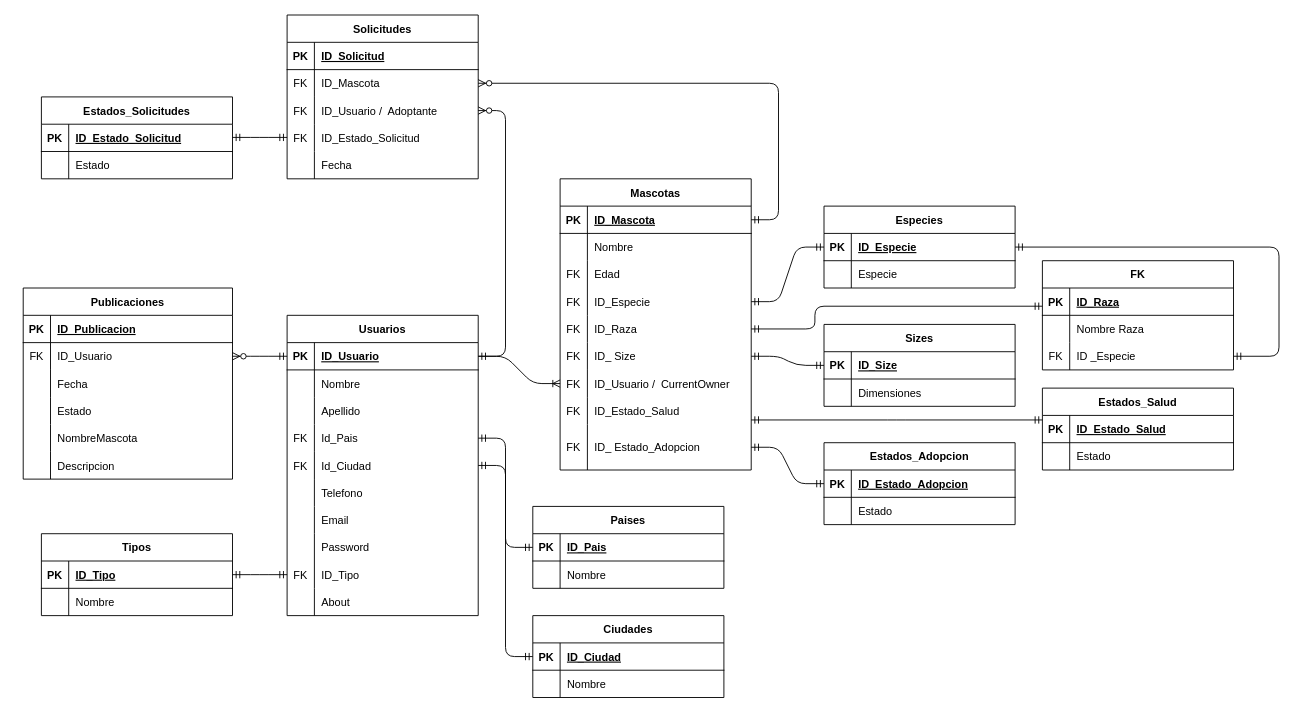
Before: modeloBD.drawio in StevenMendezV/mewoof-database, a draw.io diagram. Source tidied: cells renumbered, new cells numbered last; positions are measured from the earlier drawing's top-left corner, leaving out a move shared by most shapes. Both pictures are drawn from the tidied source at 91%, with x=0, y=0 at pixel (23, 15).
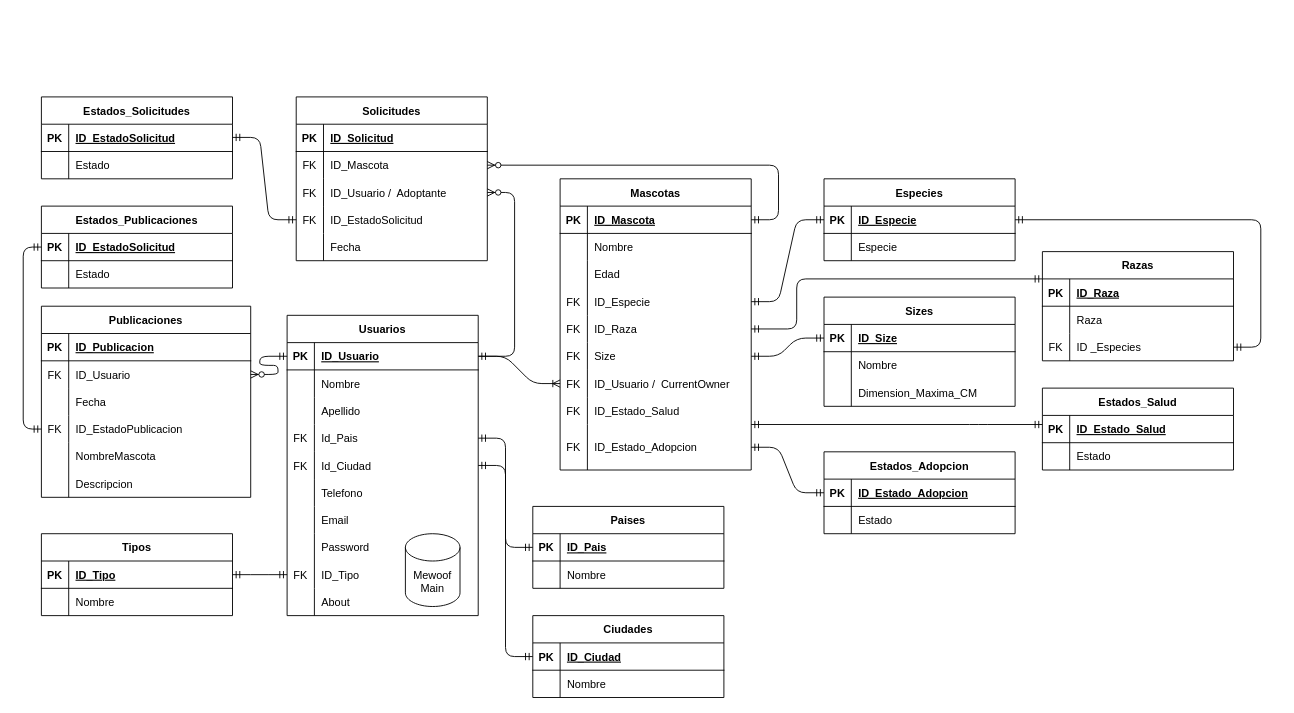
After the change.

Commit message:
ajustes  drawio modelo UML

Unchanged cells that the change refers to:
```xml
<mxCell id="40" style="shape=tableRow;horizontal=0;startSize=0;swimlaneHead=0;swimlaneBody=0;fillColor=none;top=0;left=0;right=0;bottom=0;" parent="33" vertex="1">
  <mxGeometry y="90" width="210" height="30" as="geometry" />
</mxCell>
<mxCell id="46" style="shape=tableRow;horizontal=0;startSize=0;swimlaneHead=0;swimlaneBody=0;fillColor=none;points=[[0,0.5],[1,0.5]];portConstraint=eastwest;top=0;left=0;right=0;bottom=0;" parent="33" vertex="1">
  <mxGeometry y="150" width="210" height="30" as="geometry" />
</mxCell>
<mxCell id="49" style="shape=tableRow;horizontal=0;startSize=0;swimlaneHead=0;swimlaneBody=0;fillColor=none;points=[[0,0.5],[1,0.5]];portConstraint=eastwest;top=0;left=0;right=0;bottom=0;" parent="33" vertex="1">
  <mxGeometry y="180" width="210" height="30" as="geometry" />
</mxCell>
<mxCell id="55" style="shape=tableRow;horizontal=0;startSize=0;swimlaneHead=0;swimlaneBody=0;fillColor=none;points=[[0,0.5],[1,0.5]];portConstraint=eastwest;top=0;left=0;right=0;bottom=0;" parent="33" vertex="1">
  <mxGeometry y="240" width="210" height="30" as="geometry" />
</mxCell>
<mxCell id="58" style="shape=tableRow;horizontal=0;startSize=0;swimlaneHead=0;swimlaneBody=0;fillColor=none;points=[[0,0.5],[1,0.5]];portConstraint=eastwest;top=0;left=0;right=0;bottom=0;" parent="33" vertex="1">
  <mxGeometry y="270" width="210" height="50" as="geometry" />
</mxCell>
<mxCell id="71" style="shape=tableRow;horizontal=0;startSize=0;swimlaneHead=0;swimlaneBody=0;fillColor=none;points=[[0,0.5],[1,0.5]];portConstraint=eastwest;top=0;left=0;right=0;bottom=0;" parent="61" vertex="1">
  <mxGeometry y="120" width="210" height="30" as="geometry" />
</mxCell>
<mxCell id="91" style="shape=tableRow;horizontal=0;startSize=0;swimlaneHead=0;swimlaneBody=0;fillColor=none;points=[[0,0.5],[1,0.5]];portConstraint=eastwest;top=0;left=0;right=0;bottom=0;" parent="81" vertex="1">
  <mxGeometry y="120" width="230" height="30" as="geometry" />
</mxCell>
<mxCell id="102" style="shape=tableRow;horizontal=0;startSize=0;swimlaneHead=0;swimlaneBody=0;fillColor=none;points=[[0,0.5],[1,0.5]];portConstraint=eastwest;top=0;left=0;right=0;bottom=1;" parent="101" vertex="1">
  <mxGeometry y="30" width="210" height="30" as="geometry" />
</mxCell>
<mxCell id="109" style="shape=tableRow;horizontal=0;startSize=0;swimlaneHead=0;swimlaneBody=0;fillColor=none;points=[[0,0.5],[1,0.5]];portConstraint=eastwest;top=0;left=0;right=0;bottom=1;" parent="108" vertex="1">
  <mxGeometry y="30" width="210" height="30" as="geometry" />
</mxCell>
<mxCell id="112" style="shape=tableRow;horizontal=0;startSize=0;swimlaneHead=0;swimlaneBody=0;fillColor=none;top=0;left=0;right=0;bottom=0;" parent="108" vertex="1">
  <mxGeometry y="60" width="210" height="30" as="geometry" />
</mxCell>
<mxCell id="133" style="shape=tableRow;horizontal=0;startSize=0;swimlaneHead=0;swimlaneBody=0;fillColor=none;points=[[0,0.5],[1,0.5]];portConstraint=eastwest;top=0;left=0;right=0;bottom=1;" parent="132" vertex="1">
  <mxGeometry y="30" width="210" height="30" as="geometry" />
</mxCell>
<mxCell id="169" style="shape=tableRow;horizontal=0;startSize=0;swimlaneHead=0;swimlaneBody=0;fillColor=none;top=0;left=0;right=0;bottom=1;" parent="168" vertex="1">
  <mxGeometry y="30" width="210" height="30" as="geometry" />
</mxCell>
```

Change to the diagram source:
```diff
@@
-    <mxCell id="41" value="FK" style="shape=partialRectangle;fillColor=none;top=0;left=0;bottom=0;right=0;overflow=hidden;" parent="40" vertex="1">
+    <mxCell id="41" style="shape=partialRectangle;fillColor=none;top=0;left=0;bottom=0;right=0;overflow=hidden;" parent="40" vertex="1">
       <mxGeometry width="30" height="30" as="geometry" />
     </mxCell>
@@
-    <mxCell id="51" value="ID_ Size" style="shape=partialRectangle;fillColor=none;top=0;left=0;bottom=0;right=0;align=left;spacingLeft=6;overflow=hidden;" parent="49" vertex="1">
+    <mxCell id="51" value="Size" style="shape=partialRectangle;fillColor=none;top=0;left=0;bottom=0;right=0;align=left;spacingLeft=6;overflow=hidden;" parent="49" vertex="1">
       <mxGeometry x="30" width="180" height="30" as="geometry" />
     </mxCell>
@@
-    <mxCell id="60" value="ID_ Estado_Adopcion" style="shape=partialRectangle;fillColor=none;top=0;left=0;bottom=0;right=0;align=left;spacingLeft=6;overflow=hidden;" parent="58" vertex="1">
+    <mxCell id="60" value="ID_Estado_Adopcion" style="shape=partialRectangle;fillColor=none;top=0;left=0;bottom=0;right=0;align=left;spacingLeft=6;overflow=hidden;" parent="58" vertex="1">
       <mxGeometry x="30" width="180" height="50" as="geometry" />
     </mxCell>
     <mxCell id="61" value="Solicitudes" style="shape=table;startSize=30;childLayout=tableLayout;rowLines=0;fontStyle=1;align=center;" parent="1" vertex="1">
-      <mxGeometry x="290" width="210" height="180" as="geometry" />
+      <mxGeometry x="300" y="90" width="210" height="180" as="geometry" />
     </mxCell>
@@
-    <mxCell id="73" value="ID_Estado_Solicitud" style="shape=partialRectangle;fillColor=none;top=0;left=0;bottom=0;right=0;align=left;spacingLeft=6;overflow=hidden;" parent="71" vertex="1">
+    <mxCell id="73" value="ID_EstadoSolicitud" style="shape=partialRectangle;fillColor=none;top=0;left=0;bottom=0;right=0;align=left;spacingLeft=6;overflow=hidden;" parent="71" vertex="1">
       <mxGeometry x="30" width="180" height="30" as="geometry" />
     </mxCell>
@@
     <mxCell id="81" value="Publicaciones" style="shape=table;startSize=30;childLayout=tableLayout;rowLines=0;fontStyle=1;align=center;" parent="1" vertex="1">
-      <mxGeometry y="300" width="230" height="210" as="geometry" />
+      <mxGeometry x="20" y="320" width="230" height="210" as="geometry" />
     </mxCell>
@@
-    <mxCell id="92" style="shape=partialRectangle;fillColor=none;top=0;left=0;bottom=0;right=0;overflow=hidden;" parent="91" vertex="1">
+    <mxCell id="92" value="FK" style="shape=partialRectangle;fillColor=none;top=0;left=0;bottom=0;right=0;overflow=hidden;" parent="91" vertex="1">
       <mxGeometry width="30" height="30" as="geometry" />
     </mxCell>
-    <mxCell id="93" value="Estado" style="shape=partialRectangle;fillColor=none;top=0;left=0;bottom=0;right=0;align=left;spacingLeft=6;overflow=hidden;" parent="91" vertex="1">
+    <mxCell id="93" value="ID_EstadoPublicacion" style="shape=partialRectangle;fillColor=none;top=0;left=0;bottom=0;right=0;align=left;spacingLeft=6;overflow=hidden;" parent="91" vertex="1">
       <mxGeometry x="30" width="200" height="30" as="geometry" />
     </mxCell>
@@
     <mxCell id="101" value="Especies" style="shape=table;startSize=30;childLayout=tableLayout;rowLines=0;fontStyle=1;align=center;" parent="1" vertex="1">
-      <mxGeometry x="880" y="210" width="210" height="90" as="geometry" />
+      <mxGeometry x="880" y="180" width="210" height="90" as="geometry" />
     </mxCell>
@@
-    <mxCell id="108" value="FK" style="shape=table;startSize=30;childLayout=tableLayout;rowLines=0;fontStyle=1;align=center;" parent="1" vertex="1">
-      <mxGeometry x="1120" y="270" width="210" height="120" as="geometry" />
+    <mxCell id="108" value="Razas" style="shape=table;startSize=30;childLayout=tableLayout;rowLines=0;fontStyle=1;align=center;" parent="1" vertex="1">
+      <mxGeometry x="1120" y="260" width="210" height="120" as="geometry" />
     </mxCell>
@@
-    <mxCell id="114" value="Nombre Raza" style="shape=partialRectangle;fillColor=none;top=0;left=0;bottom=0;right=0;align=left;spacingLeft=6;overflow=hidden;" parent="112" vertex="1">
+    <mxCell id="114" value="Raza" style="shape=partialRectangle;fillColor=none;top=0;left=0;bottom=0;right=0;align=left;spacingLeft=6;overflow=hidden;" parent="112" vertex="1">
       <mxGeometry x="30" width="180" height="30" as="geometry" />
     </mxCell>
-    <mxCell id="115" style="shape=tableRow;horizontal=0;startSize=0;swimlaneHead=0;swimlaneBody=0;fillColor=none;points=[[0,0.5],[1,0.5]];portConstraint=eastwest;top=0;left=0;right=0;bottom=0;" parent="108" vertex="1">
-      <mxGeometry y="90" width="210" height="30" as="geometry" />
-    </mxCell>
-    <mxCell id="116" value="FK" style="shape=partialRectangle;fillColor=none;top=0;left=0;bottom=0;right=0;overflow=hidden;" parent="115" vertex="1">
-      <mxGeometry width="30" height="30" as="geometry" />
-    </mxCell>
-    <mxCell id="117" value="ID _Especie" style="shape=partialRectangle;fillColor=none;top=0;left=0;bottom=0;right=0;align=left;spacingLeft=6;overflow=hidden;" parent="115" vertex="1">
-      <mxGeometry x="30" width="180" height="30" as="geometry" />
-    </mxCell>
-    <mxCell id="118" value="Sizes" style="shape=table;startSize=30;childLayout=tableLayout;rowLines=0;fontStyle=1;align=center;" parent="1" vertex="1">
-      <mxGeometry x="880" y="340" width="210" height="90" as="geometry" />
-    </mxCell>
-    <mxCell id="119" style="shape=tableRow;horizontal=0;startSize=0;swimlaneHead=0;swimlaneBody=0;fillColor=none;points=[[0,0.5],[1,0.5]];portConstraint=eastwest;top=0;left=0;right=0;bottom=1;" parent="118" vertex="1">
-      <mxGeometry y="30" width="210" height="30" as="geometry" />
-    </mxCell>
-    <mxCell id="120" value="PK" style="shape=partialRectangle;fillColor=none;top=0;left=0;bottom=0;right=0;fontStyle=1;overflow=hidden;" parent="119" vertex="1">
-      <mxGeometry width="30" height="30" as="geometry" />
-    </mxCell>
-    <mxCell id="121" value="ID_Size" style="shape=partialRectangle;fillColor=none;top=0;left=0;bottom=0;right=0;align=left;spacingLeft=6;fontStyle=5;overflow=hidden;" parent="119" vertex="1">
-      <mxGeometry x="30" width="180" height="30" as="geometry" />
-    </mxCell>
-    <mxCell id="122" style="shape=tableRow;horizontal=0;startSize=0;swimlaneHead=0;swimlaneBody=0;fillColor=none;top=0;left=0;right=0;bottom=0;" parent="118" vertex="1">
-      <mxGeometry y="60" width="210" height="30" as="geometry" />
-    </mxCell>
-    <mxCell id="123" style="shape=partialRectangle;fillColor=none;top=0;left=0;bottom=0;right=0;overflow=hidden;" parent="122" vertex="1">
-      <mxGeometry width="30" height="30" as="geometry" />
-    </mxCell>
-    <mxCell id="124" value="Dimensiones" style="shape=partialRectangle;fillColor=none;top=0;left=0;bottom=0;right=0;align=left;spacingLeft=6;overflow=hidden;" parent="122" vertex="1">
-      <mxGeometry x="30" width="180" height="30" as="geometry" />
-    </mxCell>
+    <mxCell id="177" style="shape=tableRow;horizontal=0;startSize=0;swimlaneHead=0;swimlaneBody=0;fillColor=none;points=[[0,0.5],[1,0.5]];portConstraint=eastwest;top=0;left=0;right=0;bottom=0;" parent="108" vertex="1">
+      <mxGeometry y="90" width="210" height="30" as="geometry" />
+    </mxCell>
+    <mxCell id="178" value="FK" style="shape=partialRectangle;fillColor=none;top=0;left=0;bottom=0;right=0;overflow=hidden;" parent="177" vertex="1">
+      <mxGeometry width="30" height="30" as="geometry" />
+    </mxCell>
+    <mxCell id="179" value="ID _Especies" style="shape=partialRectangle;fillColor=none;top=0;left=0;bottom=0;right=0;align=left;spacingLeft=6;overflow=hidden;" parent="177" vertex="1">
+      <mxGeometry x="30" width="180" height="30" as="geometry" />
+    </mxCell>
     <mxCell id="125" value="Estados_Adopcion" style="shape=table;startSize=30;childLayout=tableLayout;rowLines=0;fontStyle=1;align=center;" parent="1" vertex="1">
-      <mxGeometry x="880" y="470" width="210" height="90" as="geometry" />
+      <mxGeometry x="880" y="480" width="210" height="90" as="geometry" />
     </mxCell>
@@
     <mxCell id="140" style="edgeStyle=elbowEdgeStyle;fontSize=12;html=1;endArrow=ERmandOne;endFill=0;startArrow=ERmandOne;startFill=0;" parent="1" edge="1" source="109" target="46">
       <mxGeometry relative="1" as="geometry">
         <Array as="points">
-          <mxPoint x="870" y="320" />
+          <mxPoint x="850" y="290" />
+          <mxPoint x="850" y="330" />
         </Array>
       </mxGeometry>
     </mxCell>
-    <mxCell id="141" style="edgeStyle=entityRelationEdgeStyle;fontSize=12;html=1;endArrow=ERmandOne;endFill=0;startArrow=ERmandOne;startFill=0;" parent="1" edge="1" source="119" target="49">
+    <mxCell id="141" style="edgeStyle=entityRelationEdgeStyle;fontSize=12;html=1;endArrow=ERmandOne;endFill=0;startArrow=ERmandOne;startFill=0;" parent="1" edge="1" source="185" target="49">
       <mxGeometry relative="1" as="geometry" />
     </mxCell>
     <mxCell id="142" style="edgeStyle=elbowEdgeStyle;fontSize=12;html=1;endArrow=ERmandOne;endFill=0;startArrow=ERmandOne;startFill=0;elbow=vertical;" parent="1" edge="1" source="133" target="55">
-      <mxGeometry relative="1" as="geometry" />
+      <mxGeometry relative="1" as="geometry">
+        <Array as="points">
+          <mxPoint x="1050" y="450" />
+          <mxPoint x="1060" y="460" />
+          <mxPoint x="870" y="450" />
+          <mxPoint x="920" y="455" />
+          <mxPoint x="1090" y="470" />
+          <mxPoint x="1160" y="540" />
+        </Array>
+      </mxGeometry>
     </mxCell>
@@
-    <mxCell id="171" value="ID_Estado_Solicitud" style="shape=partialRectangle;fillColor=none;top=0;left=0;bottom=0;right=0;align=left;spacingLeft=6;fontStyle=5;overflow=hidden;" parent="169" vertex="1">
+    <mxCell id="171" value="ID_EstadoSolicitud" style="shape=partialRectangle;fillColor=none;top=0;left=0;bottom=0;right=0;align=left;spacingLeft=6;fontStyle=5;overflow=hidden;" parent="169" vertex="1">
       <mxGeometry x="30" width="180" height="30" as="geometry" />
     </mxCell>
@@
-    <mxCell id="175" style="edgeStyle=entityRelationEdgeStyle;fontSize=12;html=1;endArrow=ERmandOne;endFill=0;startArrow=ERmandOne;startFill=0;" parent="1" edge="1">
+    <mxCell id="175" style="edgeStyle=entityRelationEdgeStyle;fontSize=12;html=1;endArrow=ERmandOne;endFill=0;startArrow=ERmandOne;startFill=0;" parent="1" edge="1" target="71">
       <mxGeometry relative="1" as="geometry">
         <mxPoint x="230" y="134.5" as="sourcePoint" />
-        <mxPoint x="290" y="134.5" as="targetPoint" />
       </mxGeometry>
     </mxCell>
-    <mxCell id="176" style="edgeStyle=elbowEdgeStyle;fontSize=12;html=1;endArrow=ERmandOne;startArrow=ERmandOne;startFill=0;endFill=0;" parent="1" edge="1" source="102" target="115">
-      <mxGeometry relative="1" as="geometry">
-        <Array as="points">
-          <mxPoint x="1380" y="290" />
-        </Array>
-      </mxGeometry>
+    <mxCell id="176" value="Estados_Publicaciones" style="shape=table;startSize=30;childLayout=tableLayout;rowLines=0;fontStyle=1;align=center;" parent="1" vertex="1">
+      <mxGeometry x="20" y="210" width="210" height="90" as="geometry" />
     </mxCell>
+    <mxCell id="180" style="shape=tableRow;horizontal=0;startSize=0;swimlaneHead=0;swimlaneBody=0;fillColor=none;points=[[0,0.5],[1,0.5]];portConstraint=eastwest;top=0;left=0;right=0;bottom=1;" parent="176" vertex="1">
+      <mxGeometry y="30" width="210" height="30" as="geometry" />
+    </mxCell>
+    <mxCell id="115" value="PK" style="shape=partialRectangle;fillColor=none;top=0;left=0;bottom=0;right=0;fontStyle=1;overflow=hidden;" parent="180" vertex="1">
+      <mxGeometry width="30" height="30" as="geometry" />
+    </mxCell>
+    <mxCell id="116" value="ID_EstadoSolicitud" style="shape=partialRectangle;fillColor=none;top=0;left=0;bottom=0;right=0;align=left;spacingLeft=6;fontStyle=5;overflow=hidden;" parent="180" vertex="1">
+      <mxGeometry x="30" width="180" height="30" as="geometry" />
+    </mxCell>
+    <mxCell id="117" style="shape=tableRow;horizontal=0;startSize=0;swimlaneHead=0;swimlaneBody=0;fillColor=none;top=0;left=0;right=0;bottom=0;" parent="176" vertex="1">
+      <mxGeometry y="60" width="210" height="30" as="geometry" />
+    </mxCell>
+    <mxCell id="181" style="shape=partialRectangle;fillColor=none;top=0;left=0;bottom=0;right=0;overflow=hidden;" parent="117" vertex="1">
+      <mxGeometry width="30" height="30" as="geometry" />
+    </mxCell>
+    <mxCell id="182" value="Estado" style="shape=partialRectangle;fillColor=none;top=0;left=0;bottom=0;right=0;align=left;spacingLeft=6;overflow=hidden;" parent="117" vertex="1">
+      <mxGeometry x="30" width="180" height="30" as="geometry" />
+    </mxCell>
+    <mxCell id="183" style="edgeStyle=elbowEdgeStyle;fontSize=12;html=1;endArrow=ERmandOne;endFill=0;startArrow=ERmandOne;startFill=0;" parent="1" edge="1" source="91" target="180">
+      <mxGeometry relative="1" as="geometry">
+        <Array as="points">
+          <mxPoint y="350" />
+        </Array>
+      </mxGeometry>
+    </mxCell>
+    <mxCell id="184" style="edgeStyle=elbowEdgeStyle;fontSize=12;html=1;endArrow=ERmandOne;startArrow=ERmandOne;startFill=0;endFill=0;" parent="1" edge="1" source="102" target="177">
+      <mxGeometry relative="1" as="geometry">
+        <Array as="points">
+          <mxPoint x="1360" y="300" />
+        </Array>
+      </mxGeometry>
+    </mxCell>
+    <mxCell id="118" value="Sizes" style="shape=table;startSize=30;childLayout=tableLayout;rowLines=0;fontStyle=1;align=center;" parent="1" vertex="1">
+      <mxGeometry x="880" y="310" width="210" height="120" as="geometry" />
+    </mxCell>
+    <mxCell id="185" style="shape=tableRow;horizontal=0;startSize=0;swimlaneHead=0;swimlaneBody=0;fillColor=none;points=[[0,0.5],[1,0.5]];portConstraint=eastwest;top=0;left=0;right=0;bottom=1;" parent="118" vertex="1">
+      <mxGeometry y="30" width="210" height="30" as="geometry" />
+    </mxCell>
+    <mxCell id="120" value="PK" style="shape=partialRectangle;fillColor=none;top=0;left=0;bottom=0;right=0;fontStyle=1;overflow=hidden;" parent="185" vertex="1">
+      <mxGeometry width="30" height="30" as="geometry" />
+    </mxCell>
+    <mxCell id="121" value="ID_Size" style="shape=partialRectangle;fillColor=none;top=0;left=0;bottom=0;right=0;align=left;spacingLeft=6;fontStyle=5;overflow=hidden;" parent="185" vertex="1">
+      <mxGeometry x="30" width="180" height="30" as="geometry" />
+    </mxCell>
+    <mxCell id="122" style="shape=tableRow;horizontal=0;startSize=0;swimlaneHead=0;swimlaneBody=0;fillColor=none;top=0;left=0;right=0;bottom=0;" parent="118" vertex="1">
+      <mxGeometry y="60" width="210" height="30" as="geometry" />
+    </mxCell>
+    <mxCell id="186" style="shape=partialRectangle;fillColor=none;top=0;left=0;bottom=0;right=0;overflow=hidden;" parent="122" vertex="1">
+      <mxGeometry width="30" height="30" as="geometry" />
+    </mxCell>
+    <mxCell id="187" value="Nombre" style="shape=partialRectangle;fillColor=none;top=0;left=0;bottom=0;right=0;align=left;spacingLeft=6;overflow=hidden;" parent="122" vertex="1">
+      <mxGeometry x="30" width="180" height="30" as="geometry" />
+    </mxCell>
+    <mxCell id="188" style="shape=tableRow;horizontal=0;startSize=0;swimlaneHead=0;swimlaneBody=0;fillColor=none;top=0;left=0;right=0;bottom=0;" parent="118" vertex="1">
+      <mxGeometry y="90" width="210" height="30" as="geometry" />
+    </mxCell>
+    <mxCell id="189" style="shape=partialRectangle;fillColor=none;top=0;left=0;bottom=0;right=0;overflow=hidden;" parent="188" vertex="1">
+      <mxGeometry width="30" height="30" as="geometry" />
+    </mxCell>
+    <mxCell id="190" value="Dimension_Maxima_CM" style="shape=partialRectangle;fillColor=none;top=0;left=0;bottom=0;right=0;align=left;spacingLeft=6;overflow=hidden;" parent="188" vertex="1">
+      <mxGeometry x="30" width="180" height="30" as="geometry" />
+    </mxCell>
+    <mxCell id="191" value="Mewoof&lt;br&gt;Main" style="shape=cylinder3;whiteSpace=wrap;html=1;boundedLbl=1;backgroundOutline=1;size=15;" parent="1" vertex="1">
+      <mxGeometry x="420" y="570" width="60" height="80" as="geometry" />
+    </mxCell>
```
